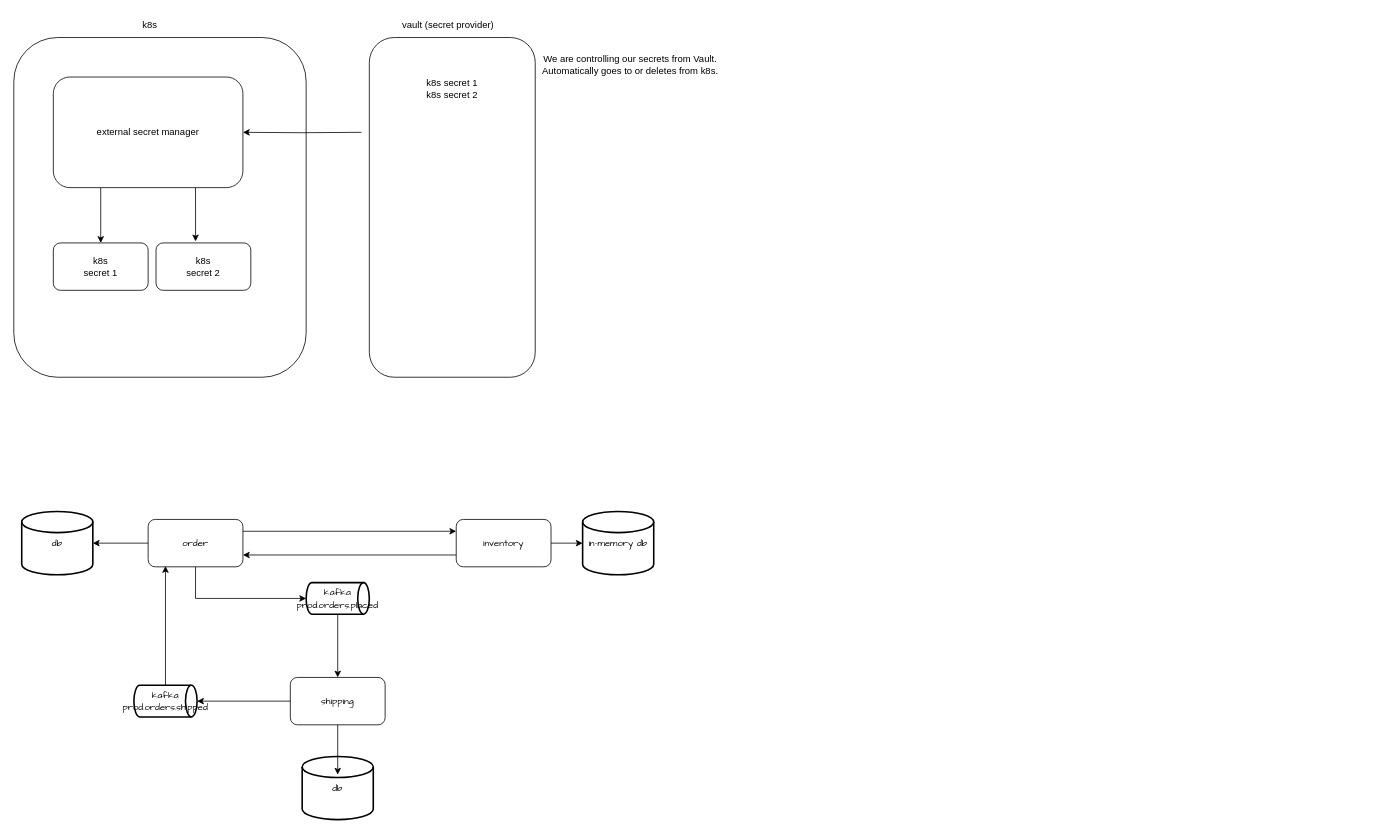
The draw.io diagram arch.drawio in anilbolat/spring-boot-microservices, before the edit. Source tidied: cells renumbered, new cells numbered last; positions are measured from the earlier drawing's top-left corner, leaving out a move shared by most shapes. Both pictures are drawn from the tidied source at 79%, with x=0, y=0 at pixel (13, 13).
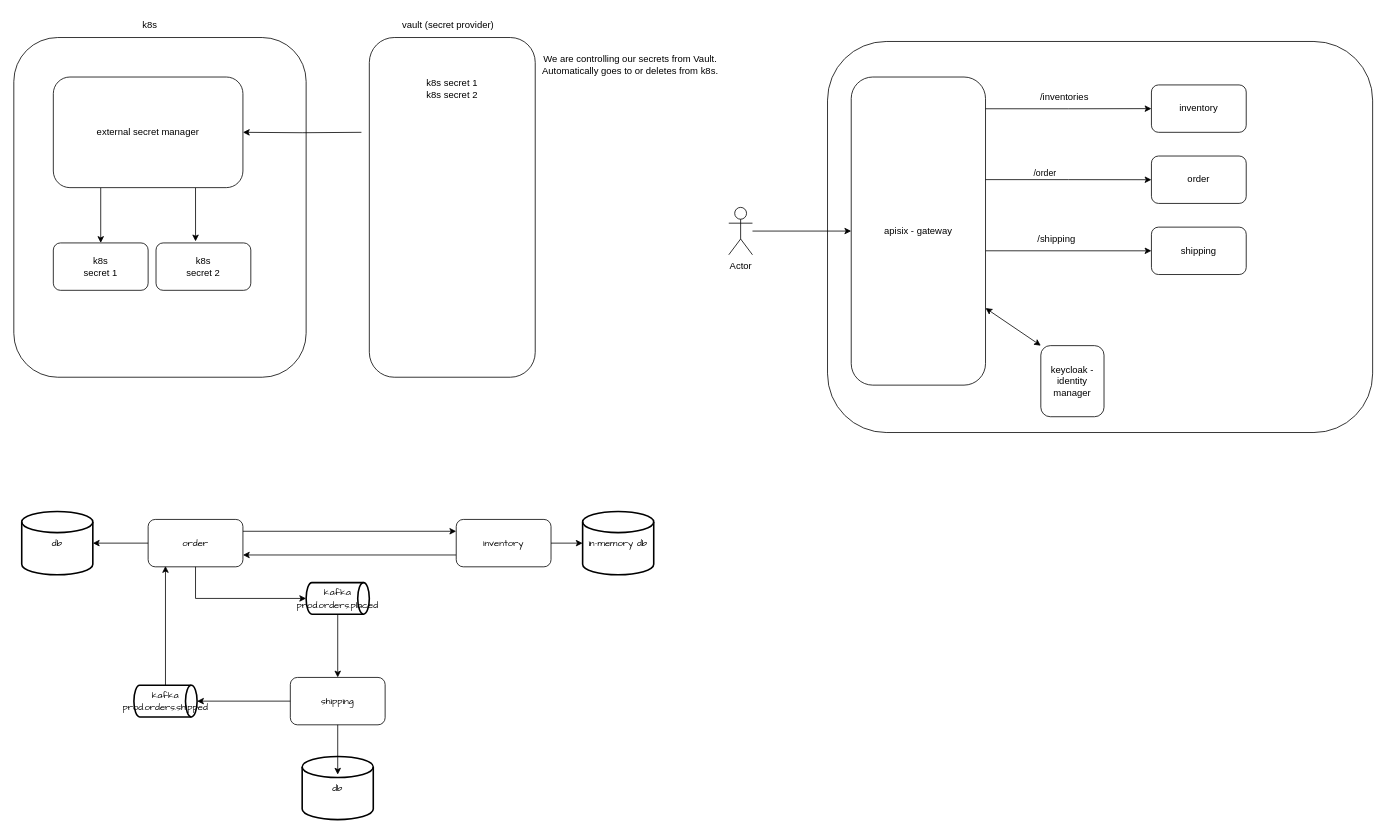
Above is the later version.

Commit message (it also covers changes not shown here):
added apisix api gateway - but localhost issues

Change to the diagram source:
```diff
@@
+    <mxCell id="31" style="rounded=1;whiteSpace=wrap;html=1;" parent="1" vertex="1">
+      <mxGeometry x="1030" y="35" width="690" height="495" as="geometry" />
+    </mxCell>
+    <mxCell id="32" style="edgeStyle=orthogonalEdgeStyle;rounded=0;jettySize=auto;html=1;entryX=0;entryY=0.5;entryDx=0;entryDy=0;exitX=1;exitY=0.564;exitDx=0;exitDy=0;exitPerimeter=0;" parent="1" edge="1" source="36" target="41">
+      <mxGeometry relative="1" as="geometry" />
+    </mxCell>
+    <mxCell id="33" style="edgeStyle=orthogonalEdgeStyle;rounded=0;jettySize=auto;html=1;exitX=0.988;exitY=0.333;exitDx=0;exitDy=0;entryX=0;entryY=0.5;entryDx=0;entryDy=0;exitPerimeter=0;" parent="1" edge="1" source="36" target="40">
+      <mxGeometry relative="1" as="geometry" />
+    </mxCell>
+    <mxCell id="34" value="/order" style="edgeLabel;html=1;align=center;verticalAlign=middle;" parent="33" vertex="1">
+      <mxGeometry x="-0.28" y="8" relative="1" as="geometry">
+        <mxPoint x="1" as="offset" />
+      </mxGeometry>
+    </mxCell>
+    <mxCell id="35" style="edgeStyle=orthogonalEdgeStyle;rounded=0;jettySize=auto;html=1;entryX=0;entryY=0.5;entryDx=0;entryDy=0;exitX=0.976;exitY=0.103;exitDx=0;exitDy=0;exitPerimeter=0;" parent="1" edge="1" source="36" target="38">
+      <mxGeometry relative="1" as="geometry" />
+    </mxCell>
+    <mxCell id="36" value="apisix - gateway" style="rounded=1;whiteSpace=wrap;html=1;arcSize=16;" parent="1" vertex="1">
+      <mxGeometry x="1060" y="80" width="170" height="390" as="geometry" />
+    </mxCell>
+    <mxCell id="37" value="keycloak - identity manager" style="rounded=1;whiteSpace=wrap;html=1;" parent="1" vertex="1">
+      <mxGeometry x="1300" y="420" width="80" height="90" as="geometry" />
+    </mxCell>
+    <mxCell id="38" value="inventory" style="rounded=1;whiteSpace=wrap;html=1;" parent="1" vertex="1">
+      <mxGeometry x="1440" y="90" width="120" height="60" as="geometry" />
+    </mxCell>
+    <mxCell id="39" style="endArrow=classic;startArrow=classic;html=1;rounded=0;entryX=1;entryY=0.75;entryDx=0;entryDy=0;exitX=0;exitY=0;exitDx=0;exitDy=0;" parent="1" edge="1" source="37" target="36">
+      <mxGeometry relative="1" as="geometry" />
+    </mxCell>
+    <mxCell id="40" value="order" style="rounded=1;whiteSpace=wrap;html=1;" parent="1" vertex="1">
+      <mxGeometry x="1440" y="180" width="120" height="60" as="geometry" />
+    </mxCell>
+    <mxCell id="41" value="shipping" style="rounded=1;whiteSpace=wrap;html=1;" parent="1" vertex="1">
+      <mxGeometry x="1440" y="270" width="120" height="60" as="geometry" />
+    </mxCell>
+    <mxCell id="42" value="/inventories" style="text;html=1;strokeColor=none;fillColor=none;align=center;verticalAlign=middle;whiteSpace=wrap;rounded=0;" parent="1" vertex="1">
+      <mxGeometry x="1300" y="90" width="60" height="30" as="geometry" />
+    </mxCell>
+    <mxCell id="43" value="/shipping" style="text;html=1;strokeColor=none;fillColor=none;align=center;verticalAlign=middle;whiteSpace=wrap;rounded=0;" parent="1" vertex="1">
+      <mxGeometry x="1290" y="270" width="60" height="30" as="geometry" />
+    </mxCell>
+    <mxCell id="44" value="Actor" style="shape=umlActor;verticalLabelPosition=bottom;verticalAlign=top;html=1;outlineConnect=0;" parent="1" vertex="1">
+      <mxGeometry x="905" y="245" width="30" height="60" as="geometry" />
+    </mxCell>
+    <mxCell id="45" style="edgeStyle=orthogonalEdgeStyle;rounded=0;jettySize=auto;html=1;entryX=0;entryY=0.5;entryDx=0;entryDy=0;" parent="1" edge="1" source="44" target="36">
+      <mxGeometry relative="1" as="geometry" />
+    </mxCell>
```
